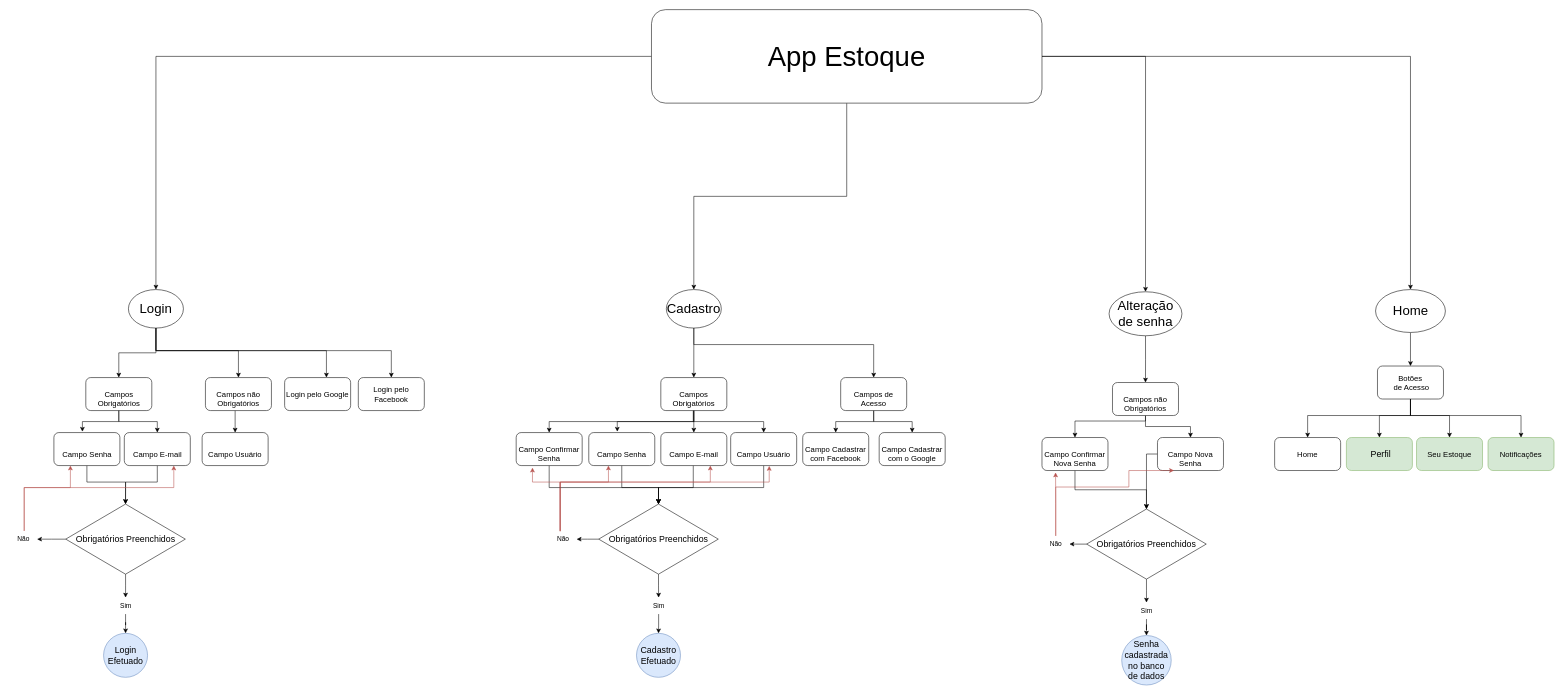
The draw.io diagram page "Login" (1 of 5) of Novoteste.drawio in gabrimota/Diagramas, before the edit. Source tidied: cells renumbered, new cells numbered last; positions are measured from the earlier drawing's top-left corner, leaving out a move shared by most shapes. Both pictures are drawn from the tidied source at 55%, with x=0, y=0 at pixel (9, 9).
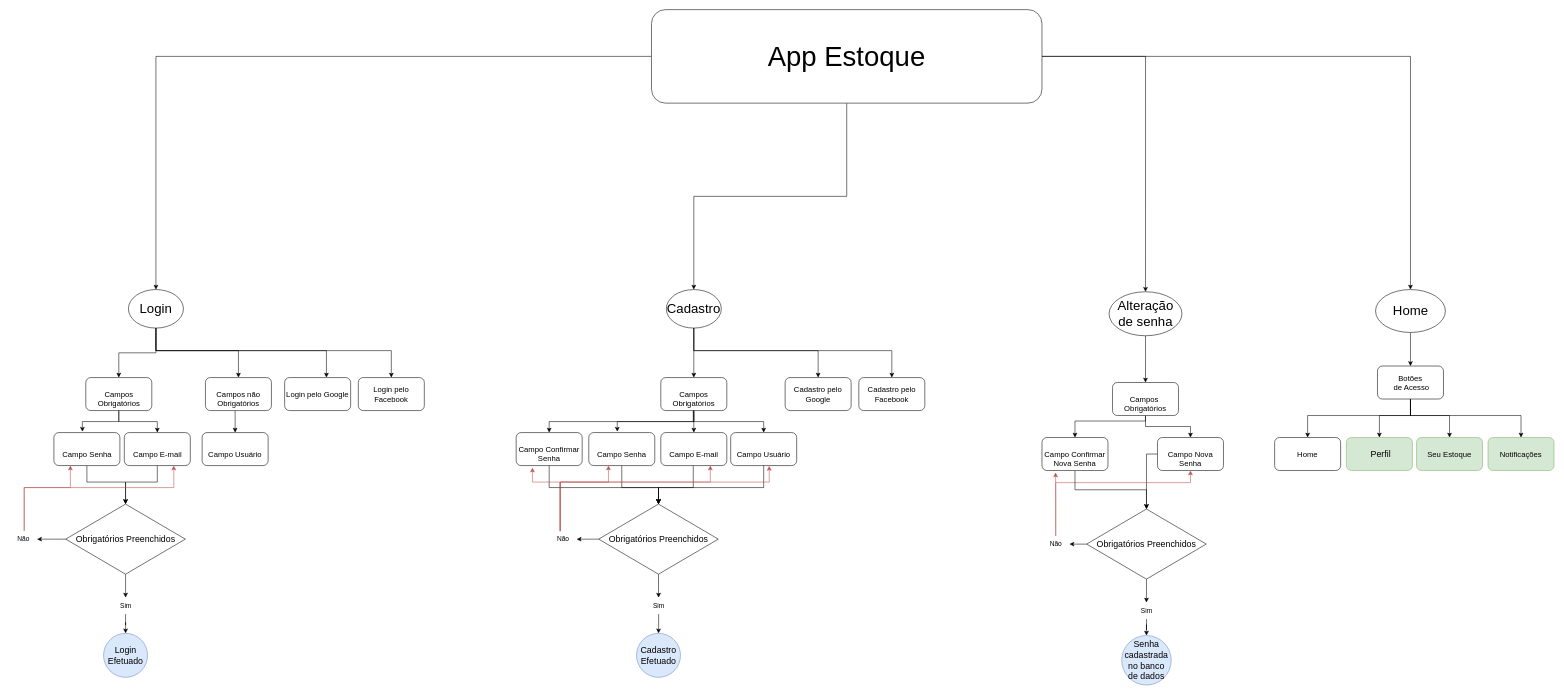
After the change.

Unchanged cells that the change refers to:
```xml
<mxCell id="28" value="&lt;font style=&quot;font-size: 24px;&quot;&gt;Cadastro&lt;/font&gt;" style="ellipse;whiteSpace=wrap;html=1;" parent="1" vertex="1">
  <mxGeometry x="1194" y="509" width="100" height="70" as="geometry" />
</mxCell>
<mxCell id="67" value="&lt;font style=&quot;font-size: 14px;&quot;&gt;&lt;br&gt;Campo Nova Senha&lt;/font&gt;" style="rounded=1;whiteSpace=wrap;html=1;" parent="1" vertex="1">
  <mxGeometry x="2087" y="778" width="120" height="60" as="geometry" />
</mxCell>
<mxCell id="72" value="Não" style="text;html=1;align=center;verticalAlign=middle;points=[];strokeColor=none;fillColor=none;" parent="1" vertex="1">
  <mxGeometry x="1877" y="956.8" width="50" height="30" as="geometry" />
</mxCell>
```

Change to the diagram source:
```diff
@@
-    <mxCell id="27" style="edgeStyle=orthogonalEdgeStyle;rounded=0;jettySize=auto;html=1;" parent="1" edge="1" source="28" target="39">
-      <mxGeometry relative="1" as="geometry">
-        <Array as="points">
-          <mxPoint x="1244" y="609" />
-          <mxPoint x="1571" y="609" />
-        </Array>
-      </mxGeometry>
-    </mxCell>
+    <mxCell id="94" style="edgeStyle=orthogonalEdgeStyle;rounded=0;jettySize=auto;html=1;entryX=0.5;entryY=0;entryDx=0;entryDy=0;" parent="1" edge="1" source="28" target="96">
+      <mxGeometry relative="1" as="geometry">
+        <Array as="points">
+          <mxPoint x="1244" y="620" />
+          <mxPoint x="1470" y="620" />
+        </Array>
+      </mxGeometry>
+    </mxCell>
+    <mxCell id="95" style="edgeStyle=orthogonalEdgeStyle;rounded=0;jettySize=auto;html=1;entryX=0.5;entryY=0;entryDx=0;entryDy=0;" parent="1" edge="1" source="28" target="97">
+      <mxGeometry relative="1" as="geometry">
+        <Array as="points">
+          <mxPoint x="1244" y="620" />
+          <mxPoint x="1604" y="620" />
+        </Array>
+      </mxGeometry>
+    </mxCell>
@@
-    <mxCell id="37" style="edgeStyle=orthogonalEdgeStyle;rounded=0;jettySize=auto;html=1;entryX=0.5;entryY=0;entryDx=0;entryDy=0;elbow=vertical;" parent="1" edge="1" source="39" target="52">
-      <mxGeometry relative="1" as="geometry" />
-    </mxCell>
-    <mxCell id="38" style="edgeStyle=orthogonalEdgeStyle;rounded=0;jettySize=auto;html=1;entryX=0.5;entryY=0;entryDx=0;entryDy=0;elbow=vertical;" parent="1" edge="1" source="39" target="53">
-      <mxGeometry relative="1" as="geometry" />
-    </mxCell>
-    <mxCell id="39" value="&lt;font style=&quot;font-size: 14px;&quot;&gt;&lt;br&gt;Campos de Acesso&lt;/font&gt;" style="rounded=1;whiteSpace=wrap;html=1;" parent="1" vertex="1">
-      <mxGeometry x="1511" y="669" width="120" height="60" as="geometry" />
-    </mxCell>
@@
-    <mxCell id="52" value="&lt;font style=&quot;font-size: 14px;&quot;&gt;&lt;br&gt;Campo Cadastrar com Facebook&lt;/font&gt;" style="rounded=1;whiteSpace=wrap;html=1;" parent="1" vertex="1">
-      <mxGeometry x="1442" y="769" width="120" height="60" as="geometry" />
-    </mxCell>
-    <mxCell id="53" value="&lt;font style=&quot;font-size: 14px;&quot;&gt;&lt;br&gt;Campo Cadastrar com o Google&lt;/font&gt;" style="rounded=1;whiteSpace=wrap;html=1;" parent="1" vertex="1">
-      <mxGeometry x="1581" y="769" width="120" height="60" as="geometry" />
-    </mxCell>
@@
-    <mxCell id="65" value="&lt;font style=&quot;font-size: 14px;&quot;&gt;&lt;br&gt;Campos não Obrigatórios&lt;/font&gt;" style="rounded=1;whiteSpace=wrap;html=1;" parent="1" vertex="1">
+    <mxCell id="65" value="&lt;font style=&quot;font-size: 14px;&quot;&gt;&lt;br&gt;Campos&amp;nbsp; Obrigatórios&lt;/font&gt;" style="rounded=1;whiteSpace=wrap;html=1;" parent="1" vertex="1">
       <mxGeometry x="2005.2" y="678" width="120" height="60" as="geometry" />
     </mxCell>
@@
-    <mxCell id="71" style="edgeStyle=orthogonalEdgeStyle;rounded=0;jettySize=auto;html=1;entryX=0.25;entryY=1;entryDx=0;entryDy=0;fillColor=#f8cecc;gradientColor=#ea6b66;strokeColor=#b85450;" parent="1" edge="1" source="72" target="67">
+    <mxCell id="71" style="edgeStyle=orthogonalEdgeStyle;rounded=0;jettySize=auto;html=1;entryX=0.5;entryY=1;entryDx=0;entryDy=0;fillColor=#f8cecc;strokeColor=#b85450;" parent="1" edge="1" source="72" target="67">
       <mxGeometry relative="1" as="geometry">
         <Array as="points">
-          <mxPoint x="1902" y="868" />
-          <mxPoint x="2035" y="868" />
+          <mxPoint x="1902" y="860" />
+          <mxPoint x="2147" y="860" />
         </Array>
       </mxGeometry>
     </mxCell>
@@
+    <mxCell id="96" value="&lt;font style=&quot;font-size: 14px;&quot;&gt;Cadastro pelo Google&lt;/font&gt;" style="rounded=1;whiteSpace=wrap;html=1;" parent="1" vertex="1">
+      <mxGeometry x="1410" y="669" width="120" height="60" as="geometry" />
+    </mxCell>
+    <mxCell id="97" value="&lt;font style=&quot;font-size: 14px;&quot;&gt;Cadastro pelo Facebook&lt;/font&gt;" style="rounded=1;whiteSpace=wrap;html=1;" parent="1" vertex="1">
+      <mxGeometry x="1544" y="669" width="120" height="60" as="geometry" />
+    </mxCell>
```
